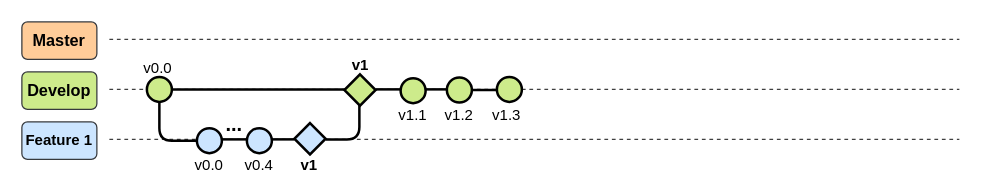
LEOSZ8/Tesis_Msc_LSZ keeps this draw.io diagram as page "Develop" (2 of 3) of 03_ImagenesRepo/01_GitFlow.drawio. Above is the earlier version. Source tidied: cells renumbered, new cells numbered last; positions are measured from the earlier drawing's top-left corner, leaving out a move shared by most shapes. Both pictures are drawn from the tidied source at 125%, with x=0, y=0 at pixel (21, 21).
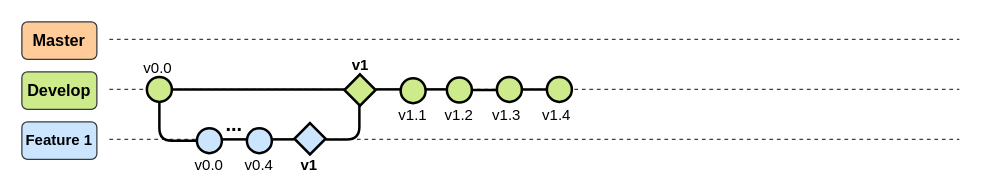
The same diagram, later.

Unchanged cells that the change refers to:
```xml
<mxCell id="31" style="ellipse;whiteSpace=wrap;html=1;fillColor=#CDEB8B;strokeColor=#000000;strokeWidth=2;" parent="1" vertex="1">
  <mxGeometry x="380" y="44" width="20" height="20" as="geometry" />
</mxCell>
```

Diff of the diagram source:
```diff
@@
+    <mxCell id="33" style="edgeStyle=orthogonalEdgeStyle;rounded=0;jettySize=auto;html=1;endArrow=none;endFill=0;strokeWidth=2;" parent="1" edge="1" source="31" target="34">
+      <mxGeometry relative="1" as="geometry" />
+    </mxCell>
@@
+    <mxCell id="34" style="ellipse;whiteSpace=wrap;html=1;fillColor=#CDEB8B;strokeColor=#000000;strokeWidth=2;" parent="1" vertex="1">
+      <mxGeometry x="420" y="44" width="20" height="20" as="geometry" />
+    </mxCell>
+    <mxCell id="35" value="v1.4" style="text;html=1;align=center;verticalAlign=middle;whiteSpace=wrap;rounded=0;" parent="1" vertex="1">
+      <mxGeometry x="413" y="70" width="30" height="10" as="geometry" />
+    </mxCell>
```
